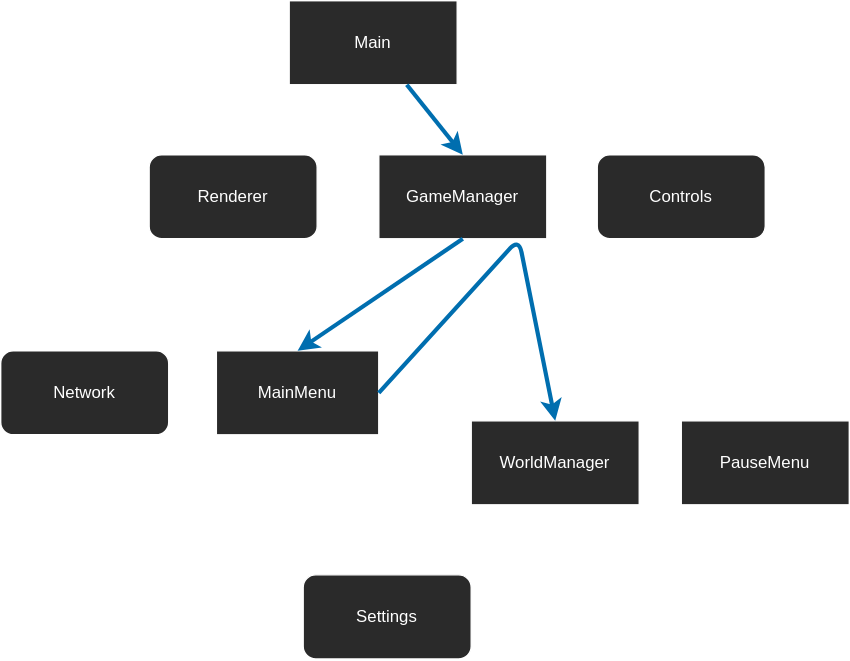
Before: pics/project-arch.drawio.svg, a diagram exported from draw.io (hammerill/Sand-Box2D). Source tidied: cells renumbered, new cells last; positions are measured from the earlier drawing's top-left corner, leaving out a move shared by most shapes.
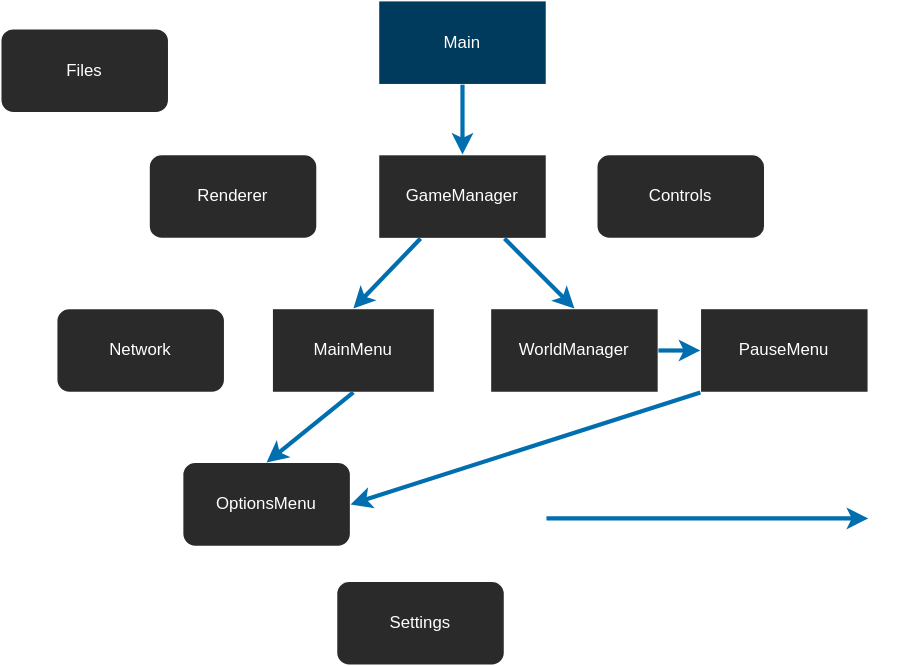
After the change.

The edit, as a diff of the source:
```diff
@@ -2,8 +2,8 @@
   <root>
     <mxCell id="0" />
     <mxCell id="1" parent="0" />
-    <mxCell id="2" value="Main" style="whiteSpace=wrap;html=1;fillColor=#2A2A2A;fontColor=#FFFFFF;labelBorderColor=none;strokeColor=#FFFFFF;" parent="1" vertex="1">
-      <mxGeometry x="206" width="120" height="60" as="geometry" />
+    <mxCell id="2" value="Main" style="whiteSpace=wrap;html=1;fillColor=#003A5C;fontColor=#FFFFFF;labelBorderColor=none;strokeColor=#FFFFFF;" parent="1" vertex="1">
+      <mxGeometry x="270" width="120" height="60" as="geometry" />
     </mxCell>
     <mxCell id="3" style="edgeStyle=none;html=1;exitX=0;exitY=0.5;exitDx=0;exitDy=0;entryX=1;entryY=0.5;entryDx=0;entryDy=0;strokeColor=#FFFFFF;" parent="1" edge="1" source="6" target="7">
       <mxGeometry relative="1" as="geometry" />
@@ -11,75 +11,86 @@
     <mxCell id="4" style="edgeStyle=none;html=1;exitX=1;exitY=0.5;exitDx=0;exitDy=0;entryX=0;entryY=0.5;entryDx=0;entryDy=0;strokeColor=#FFFFFF;" parent="1" edge="1" source="6" target="13">
       <mxGeometry relative="1" as="geometry" />
     </mxCell>
-    <mxCell id="5" style="edgeStyle=none;html=1;exitX=0.25;exitY=1;exitDx=0;exitDy=0;entryX=0.75;entryY=0;entryDx=0;entryDy=0;strokeColor=#FFFFFF;" parent="1" edge="1" source="6" target="23">
+    <mxCell id="5" style="edgeStyle=none;html=1;strokeColor=#FFFFFF;entryX=0.75;entryY=0;entryDx=0;entryDy=0;" parent="1" edge="1" source="6" target="31">
       <mxGeometry relative="1" as="geometry" />
     </mxCell>
+    <mxCell id="27" style="edgeStyle=none;html=1;exitX=0;exitY=0.25;exitDx=0;exitDy=0;entryX=1;entryY=0.5;entryDx=0;entryDy=0;strokeColor=#FFFFFF;" parent="1" edge="1" source="6" target="32">
+      <mxGeometry relative="1" as="geometry" />
+    </mxCell>
     <mxCell id="6" value="GameManager&lt;br&gt;" style="whiteSpace=wrap;html=1;fillColor=#2A2A2A;fontColor=#FFFFFF;labelBorderColor=none;strokeColor=#FFFFFF;" parent="1" vertex="1">
       <mxGeometry x="270" y="110" width="120" height="60" as="geometry" />
     </mxCell>
     <mxCell id="7" value="Renderer" style="whiteSpace=wrap;html=1;rounded=1;fillColor=#2A2A2A;fontColor=#FFFFFF;labelBorderColor=none;strokeColor=#FFFFFF;" parent="1" vertex="1">
       <mxGeometry x="106" y="110" width="120" height="60" as="geometry" />
     </mxCell>
-    <mxCell id="8" style="edgeStyle=none;html=1;entryX=0.318;entryY=1.02;entryDx=0;entryDy=0;entryPerimeter=0;strokeColor=#FFFFFF;" parent="1" edge="1" source="12" target="7">
-      <mxGeometry relative="1" as="geometry" />
-    </mxCell>
-    <mxCell id="9" style="edgeStyle=none;html=1;exitX=1;exitY=0;exitDx=0;exitDy=0;entryX=0;entryY=0.75;entryDx=0;entryDy=0;strokeColor=#FFFFFF;" parent="1" edge="1" source="12" target="13">
-      <mxGeometry relative="1" as="geometry" />
-    </mxCell>
     <mxCell id="10" style="edgeStyle=none;html=1;entryX=1;entryY=0.5;entryDx=0;entryDy=0;strokeColor=#FFFFFF;" parent="1" edge="1" source="12" target="14">
       <mxGeometry relative="1" as="geometry" />
     </mxCell>
-    <mxCell id="11" style="edgeStyle=none;html=1;exitX=0.25;exitY=1;exitDx=0;exitDy=0;strokeColor=#FFFFFF;" parent="1" edge="1" source="12" target="23">
-      <mxGeometry relative="1" as="geometry" />
-    </mxCell>
     <mxCell id="12" value="MainMenu" style="whiteSpace=wrap;html=1;fillColor=#2A2A2A;fontColor=#FFFFFF;labelBorderColor=none;strokeColor=#FFFFFF;" parent="1" vertex="1">
-      <mxGeometry x="154" y="250" width="116" height="60" as="geometry" />
+      <mxGeometry x="194" y="220" width="116" height="60" as="geometry" />
     </mxCell>
     <mxCell id="13" value="Controls" style="whiteSpace=wrap;html=1;rounded=1;fillColor=#2A2A2A;fontColor=#FFFFFF;labelBorderColor=none;strokeColor=#FFFFFF;" parent="1" vertex="1">
       <mxGeometry x="426" y="110" width="120" height="60" as="geometry" />
     </mxCell>
+    <mxCell id="28" style="edgeStyle=none;html=1;exitX=0.5;exitY=0;exitDx=0;exitDy=0;entryX=0.5;entryY=1;entryDx=0;entryDy=0;strokeColor=#FFFFFF;" parent="1" edge="1" source="14" target="32">
+      <mxGeometry relative="1" as="geometry" />
+    </mxCell>
     <mxCell id="14" value="Network" style="whiteSpace=wrap;html=1;rounded=1;fillColor=#2A2A2A;fontColor=#FFFFFF;labelBorderColor=none;strokeColor=#FFFFFF;" parent="1" vertex="1">
-      <mxGeometry y="250" width="120" height="60" as="geometry" />
+      <mxGeometry x="40" y="220" width="120" height="60" as="geometry" />
     </mxCell>
-    <mxCell id="15" style="edgeStyle=none;html=1;entryX=0.5;entryY=1;entryDx=0;entryDy=0;strokeColor=#FFFFFF;" parent="1" edge="1" source="18" target="7">
-      <mxGeometry relative="1" as="geometry" />
-    </mxCell>
-    <mxCell id="16" style="edgeStyle=none;html=1;exitX=0.75;exitY=0;exitDx=0;exitDy=0;entryX=0.5;entryY=1;entryDx=0;entryDy=0;strokeColor=#FFFFFF;" parent="1" edge="1" source="18" target="13">
-      <mxGeometry relative="1" as="geometry" />
-    </mxCell>
-    <mxCell id="17" style="edgeStyle=none;html=1;exitX=1;exitY=0.5;exitDx=0;exitDy=0;entryX=0;entryY=0.5;entryDx=0;entryDy=0;strokeColor=#FFFFFF;" parent="1" edge="1" source="18" target="22">
-      <mxGeometry relative="1" as="geometry" />
-    </mxCell>
     <mxCell id="18" value="WorldManager" style="whiteSpace=wrap;html=1;fillColor=#2A2A2A;fontColor=#FFFFFF;labelBorderColor=none;strokeColor=#FFFFFF;" parent="1" vertex="1">
-      <mxGeometry x="336" y="300" width="120" height="60" as="geometry" />
+      <mxGeometry x="350" y="220" width="120" height="60" as="geometry" />
     </mxCell>
-    <mxCell id="19" style="edgeStyle=none;html=1;exitX=0;exitY=0;exitDx=0;exitDy=0;entryX=0.75;entryY=1;entryDx=0;entryDy=0;strokeColor=#FFFFFF;" parent="1" edge="1" source="22" target="7">
-      <mxGeometry relative="1" as="geometry" />
-    </mxCell>
-    <mxCell id="20" style="edgeStyle=none;html=1;exitX=0.5;exitY=0;exitDx=0;exitDy=0;entryX=0.75;entryY=1;entryDx=0;entryDy=0;strokeColor=#FFFFFF;" parent="1" edge="1" source="22" target="13">
-      <mxGeometry relative="1" as="geometry" />
-    </mxCell>
-    <mxCell id="21" style="edgeStyle=none;html=1;exitX=0;exitY=1;exitDx=0;exitDy=0;entryX=0.886;entryY=0.006;entryDx=0;entryDy=0;entryPerimeter=0;strokeColor=#FFFFFF;" parent="1" edge="1" source="22" target="23">
-      <mxGeometry relative="1" as="geometry" />
-    </mxCell>
     <mxCell id="22" value="PauseMenu" style="whiteSpace=wrap;html=1;fillColor=#2A2A2A;fontColor=#FFFFFF;labelBorderColor=none;strokeColor=#FFFFFF;" parent="1" vertex="1">
-      <mxGeometry x="486" y="300" width="120" height="60" as="geometry" />
+      <mxGeometry x="500" y="220" width="120" height="60" as="geometry" />
     </mxCell>
+    <mxCell id="29" style="edgeStyle=none;html=1;exitX=0.75;exitY=1;exitDx=0;exitDy=0;entryX=0.25;entryY=0;entryDx=0;entryDy=0;strokeColor=#FFFFFF;" parent="1" edge="1" source="23" target="31">
+      <mxGeometry relative="1" as="geometry" />
+    </mxCell>
-    <mxCell id="23" value="Settings" style="whiteSpace=wrap;html=1;rounded=1;fillColor=#2A2A2A;fontColor=#FFFFFF;labelBorderColor=none;strokeColor=#FFFFFF;" parent="1" vertex="1">
-      <mxGeometry x="216" y="410" width="120" height="60" as="geometry" />
+    <mxCell id="23" value="OptionsMenu" style="whiteSpace=wrap;html=1;rounded=1;fillColor=#2A2A2A;fontColor=#FFFFFF;labelBorderColor=none;strokeColor=#FFFFFF;" parent="1" vertex="1">
+      <mxGeometry x="130" y="330" width="120" height="60" as="geometry" />
     </mxCell>
     <mxCell id="24" style="edgeStyle=none;html=1;entryX=0.5;entryY=0;entryDx=0;entryDy=0;strokeWidth=3;fillColor=#1ba1e2;strokeColor=#006EAF;" parent="1" edge="1" source="2" target="6">
       <mxGeometry relative="1" as="geometry" />
     </mxCell>
-    <mxCell id="25" style="edgeStyle=none;html=1;exitX=0.5;exitY=1;exitDx=0;exitDy=0;entryX=0.5;entryY=0;entryDx=0;entryDy=0;strokeWidth=3;fillColor=#1ba1e2;strokeColor=#006EAF;" parent="1" edge="1" source="6" target="12">
+    <mxCell id="25" style="edgeStyle=none;html=1;exitX=0.25;exitY=1;exitDx=0;exitDy=0;entryX=0.5;entryY=0;entryDx=0;entryDy=0;strokeWidth=3;fillColor=#1ba1e2;strokeColor=#006EAF;" parent="1" edge="1" source="6" target="12">
       <mxGeometry relative="1" as="geometry" />
     </mxCell>
-    <mxCell id="26" style="edgeStyle=none;html=1;exitX=1;exitY=0.5;exitDx=0;exitDy=0;entryX=0.5;entryY=0;entryDx=0;entryDy=0;strokeWidth=3;fillColor=#1ba1e2;strokeColor=#006EAF;" parent="1" edge="1" source="12" target="18">
-      <mxGeometry relative="1" as="geometry">
-        <Array as="points">
-          <mxPoint x="370" y="170" />
-        </Array>
-      </mxGeometry>
-    </mxCell>
+    <mxCell id="30" style="edgeStyle=none;html=1;exitX=0.75;exitY=1;exitDx=0;exitDy=0;entryX=0.5;entryY=0;entryDx=0;entryDy=0;strokeWidth=3;fillColor=#1ba1e2;strokeColor=#006EAF;" parent="1" edge="1" source="6" target="18">
+      <mxGeometry relative="1" as="geometry" />
+    </mxCell>
+    <mxCell id="31" value="Settings" style="whiteSpace=wrap;html=1;rounded=1;fillColor=#2A2A2A;fontColor=#FFFFFF;labelBorderColor=none;strokeColor=#FFFFFF;" parent="1" vertex="1">
+      <mxGeometry x="240" y="415" width="120" height="60" as="geometry" />
+    </mxCell>
+    <mxCell id="32" value="Files" style="whiteSpace=wrap;html=1;rounded=1;fillColor=#2A2A2A;fontColor=#FFFFFF;labelBorderColor=none;strokeColor=#FFFFFF;" parent="1" vertex="1">
+      <mxGeometry y="20" width="120" height="60" as="geometry" />
+    </mxCell>
+    <mxCell id="17" style="edgeStyle=none;html=1;exitX=1;exitY=0.5;exitDx=0;exitDy=0;entryX=0;entryY=0.5;entryDx=0;entryDy=0;strokeWidth=3;fillColor=#1ba1e2;strokeColor=#006EAF;" parent="1" edge="1" source="18" target="22">
+      <mxGeometry relative="1" as="geometry" />
+    </mxCell>
+    <mxCell id="11" style="edgeStyle=none;html=1;exitX=0.5;exitY=1;exitDx=0;exitDy=0;entryX=0.5;entryY=0;entryDx=0;entryDy=0;strokeWidth=3;fillColor=#1ba1e2;strokeColor=#006EAF;" parent="1" edge="1" source="12" target="23">
+      <mxGeometry relative="1" as="geometry" />
+    </mxCell>
+    <mxCell id="33" value="&lt;font style=&quot;font-size: 16px&quot; color=&quot;#ffffff&quot;&gt;Every other member connected with&lt;/font&gt;" style="text;html=1;align=left;verticalAlign=middle;strokeColor=none;" parent="1" vertex="1">
+      <mxGeometry x="380" y="330" width="270" height="20" as="geometry" />
+    </mxCell>
+    <mxCell id="34" style="edgeStyle=none;html=1;strokeWidth=3;strokeColor=none;" parent="1" edge="1">
+      <mxGeometry relative="1" as="geometry">
+        <mxPoint x="459" y="370" as="sourcePoint" />
+        <mxPoint x="579" y="370" as="targetPoint" />
+      </mxGeometry>
+    </mxCell>
+    <mxCell id="35" value="&lt;div&gt;&lt;span style=&quot;font-size: 16px&quot;&gt;&lt;font color=&quot;#ffffff&quot;&gt;can access Renderer and Controls,&lt;/font&gt;&lt;/span&gt;&lt;/div&gt;&lt;font style=&quot;font-size: 16px&quot; color=&quot;#ffffff&quot;&gt;&lt;div&gt;&lt;span&gt;i.e. draw graphics and take inputs.&lt;/span&gt;&lt;/div&gt;&lt;/font&gt;" style="text;html=1;align=left;verticalAlign=middle;strokeColor=none;" parent="1" vertex="1">
+      <mxGeometry x="380" y="395" width="270" height="30" as="geometry" />
+    </mxCell>
+    <mxCell id="36" style="edgeStyle=none;html=1;strokeWidth=3;fillColor=#1ba1e2;strokeColor=#006EAF;" parent="1" edge="1">
+      <mxGeometry relative="1" as="geometry">
+        <mxPoint x="390" y="370" as="sourcePoint" />
+        <mxPoint x="620" y="370" as="targetPoint" />
+      </mxGeometry>
+    </mxCell>
+    <mxCell id="21" style="edgeStyle=none;html=1;exitX=0;exitY=1;exitDx=0;exitDy=0;entryX=1;entryY=0.5;entryDx=0;entryDy=0;strokeWidth=3;fillColor=#1ba1e2;strokeColor=#006EAF;" parent="1" edge="1" source="22" target="23">
+      <mxGeometry relative="1" as="geometry" />
+    </mxCell>
   </root>
 </mxGraphModel>
```
